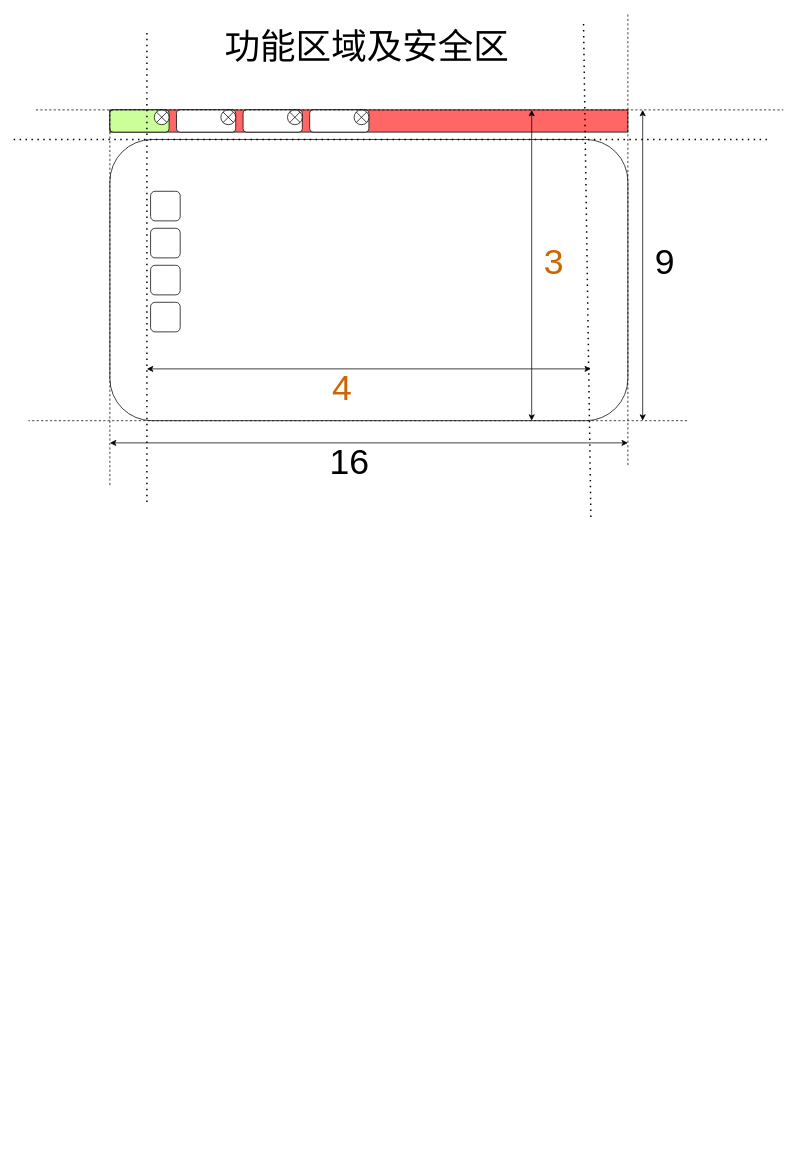
This is PCUI_TXWQ.drawio from atom123/Draw, a draw.io file, before an edit. Source tidied: cells renumbered, new cells numbered last; positions are measured from the earlier drawing's top-left corner, leaving out a move shared by most shapes. Both pictures are drawn from the tidied source at 74%, with x=0, y=0 at pixel (13, 13).
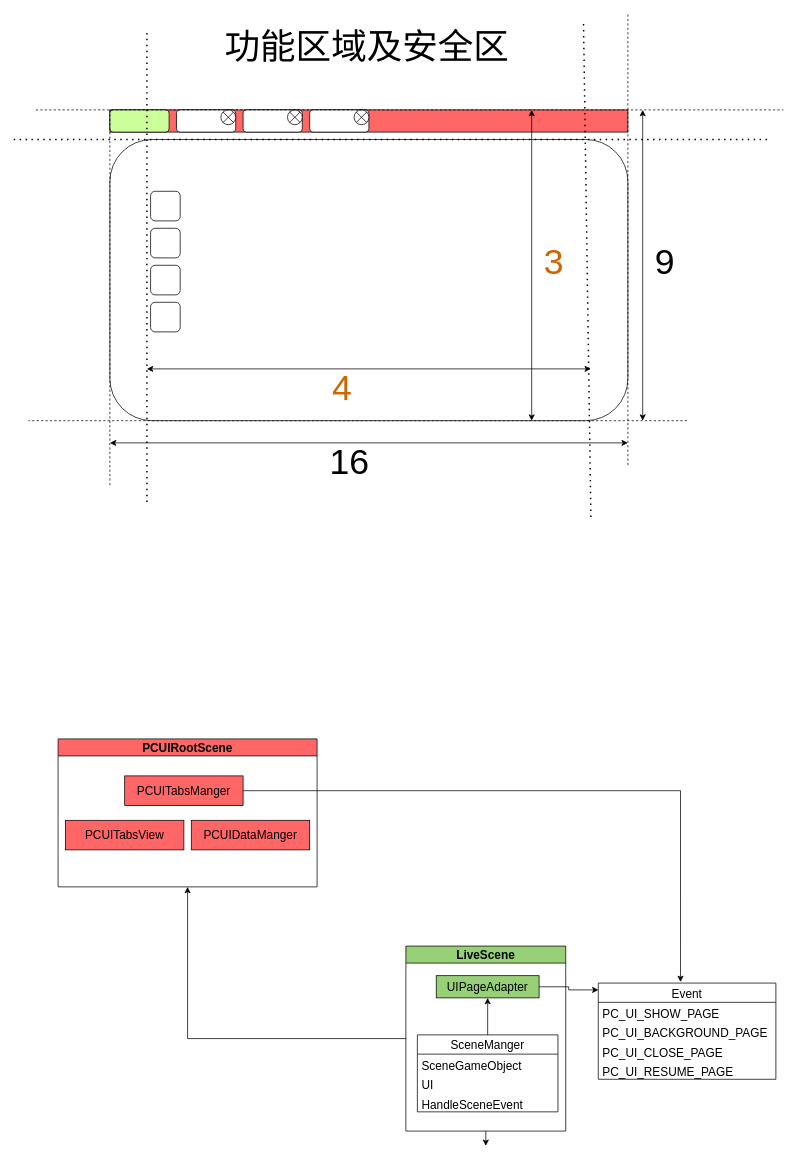
The same diagram, later.

Change to the diagram source:
```diff
@@
-    <mxCell id="15" style="shape=sumEllipse;perimeter=ellipsePerimeter;whiteSpace=wrap;html=1;backgroundOutline=1;fontFamily=Helvetica;fontSize=48;fontColor=default;align=center;strokeColor=default;fillColor=default;" parent="1" vertex="1">
-      <mxGeometry x="190" y="131" width="20" height="20" as="geometry" />
-    </mxCell>
@@
+    <mxCell id="32" value="PCUIRootScene" style="swimlane;fontSize=16;fontColor=#000000;fillColor=#FF6666;" parent="1" vertex="1">
+      <mxGeometry x="60" y="981" width="350" height="200" as="geometry" />
+    </mxCell>
+    <mxCell id="33" value="PCUITabsManger" style="whiteSpace=wrap;html=1;align=center;newEdgeStyle={&quot;edgeStyle&quot;:&quot;elbowEdgeStyle&quot;,&quot;startArrow&quot;:&quot;none&quot;,&quot;endArrow&quot;:&quot;none&quot;};fontSize=16;fontColor=#000000;fillColor=#FF6666;" parent="32" vertex="1">
+      <mxGeometry x="90" y="50" width="160" height="40" as="geometry" />
+    </mxCell>
+    <mxCell id="34" value="PCUITabsView" style="whiteSpace=wrap;html=1;align=center;newEdgeStyle={&quot;edgeStyle&quot;:&quot;elbowEdgeStyle&quot;,&quot;startArrow&quot;:&quot;none&quot;,&quot;endArrow&quot;:&quot;none&quot;};fontSize=16;fontColor=#000000;fillColor=#FF6666;" parent="32" vertex="1">
+      <mxGeometry x="10" y="110" width="160" height="40" as="geometry" />
+    </mxCell>
+    <mxCell id="35" value="PCUIDataManger" style="whiteSpace=wrap;html=1;align=center;newEdgeStyle={&quot;edgeStyle&quot;:&quot;elbowEdgeStyle&quot;,&quot;startArrow&quot;:&quot;none&quot;,&quot;endArrow&quot;:&quot;none&quot;};fontSize=16;fontColor=#000000;fillColor=#FF6666;" parent="32" vertex="1">
+      <mxGeometry x="180" y="110" width="160" height="40" as="geometry" />
+    </mxCell>
+    <mxCell id="36" style="edgeStyle=orthogonalEdgeStyle;rounded=0;jettySize=auto;html=1;fontSize=16;fontColor=#000000;entryX=0.5;entryY=1;entryDx=0;entryDy=0;" parent="1" edge="1" source="38" target="32">
+      <mxGeometry relative="1" as="geometry" />
+    </mxCell>
+    <mxCell id="37" style="edgeStyle=orthogonalEdgeStyle;rounded=0;jettySize=auto;html=1;exitX=0.5;exitY=1;exitDx=0;exitDy=0;fontSize=16;fontColor=#000000;" parent="1" edge="1" source="38">
+      <mxGeometry relative="1" as="geometry">
+        <mxPoint x="638" y="1531" as="targetPoint" />
+      </mxGeometry>
+    </mxCell>
+    <mxCell id="38" value="LiveScene" style="swimlane;fontSize=16;fontColor=#000000;fillColor=#97D077;" parent="1" vertex="1">
+      <mxGeometry x="530" y="1261" width="216" height="250" as="geometry" />
+    </mxCell>
+    <mxCell id="39" style="edgeStyle=orthogonalEdgeStyle;rounded=0;jettySize=auto;html=1;entryX=0.5;entryY=1;entryDx=0;entryDy=0;fontSize=16;fontColor=#000000;" parent="38" edge="1" source="40" target="44">
+      <mxGeometry relative="1" as="geometry" />
+    </mxCell>
+    <mxCell id="40" value="SceneManger" style="swimlane;fontStyle=0;horizontal=1;startSize=26;fillColor=none;fontSize=16;fontColor=#000000;" parent="38" vertex="1">
+      <mxGeometry x="15.5" y="120" width="190" height="104" as="geometry" />
+    </mxCell>
+    <mxCell id="41" value="SceneGameObject" style="text;strokeColor=none;fillColor=none;align=left;verticalAlign=top;spacingLeft=4;spacingRight=4;overflow=hidden;fontSize=16;fontColor=#000000;" parent="40" vertex="1">
+      <mxGeometry y="26" width="190" height="26" as="geometry" />
+    </mxCell>
+    <mxCell id="42" value="UI" style="text;strokeColor=none;fillColor=none;align=left;verticalAlign=top;spacingLeft=4;spacingRight=4;overflow=hidden;fontSize=16;fontColor=#000000;" parent="40" vertex="1">
+      <mxGeometry y="52" width="190" height="26" as="geometry" />
+    </mxCell>
+    <mxCell id="43" value="HandleSceneEvent" style="text;strokeColor=none;fillColor=none;align=left;verticalAlign=top;spacingLeft=4;spacingRight=4;overflow=hidden;fontSize=16;fontColor=#000000;" parent="40" vertex="1">
+      <mxGeometry y="78" width="190" height="26" as="geometry" />
+    </mxCell>
+    <mxCell id="44" value="UIPageAdapter" style="whiteSpace=wrap;html=1;align=center;verticalAlign=middle;newEdgeStyle={&quot;edgeStyle&quot;:&quot;elbowEdgeStyle&quot;,&quot;startArrow&quot;:&quot;none&quot;,&quot;endArrow&quot;:&quot;none&quot;};fontSize=16;fontColor=#000000;fillColor=#97D077;" parent="38" vertex="1">
+      <mxGeometry x="41" y="40" width="139" height="30" as="geometry" />
+    </mxCell>
+    <mxCell id="45" value="Event" style="swimlane;fontStyle=0;horizontal=1;startSize=26;fillColor=none;fontSize=16;fontColor=#000000;" parent="1" vertex="1">
+      <mxGeometry x="790" y="1311" width="240" height="130" as="geometry" />
+    </mxCell>
+    <mxCell id="46" value="PC_UI_SHOW_PAGE" style="text;strokeColor=none;fillColor=none;align=left;verticalAlign=top;spacingLeft=4;spacingRight=4;overflow=hidden;fontSize=16;fontColor=#000000;" parent="45" vertex="1">
+      <mxGeometry y="26" width="240" height="26" as="geometry" />
+    </mxCell>
+    <mxCell id="47" value="PC_UI_BACKGROUND_PAGE" style="text;strokeColor=none;fillColor=none;align=left;verticalAlign=top;spacingLeft=4;spacingRight=4;overflow=hidden;fontSize=16;fontColor=#000000;" parent="45" vertex="1">
+      <mxGeometry y="52" width="240" height="26" as="geometry" />
+    </mxCell>
+    <mxCell id="48" value="PC_UI_CLOSE_PAGE" style="text;strokeColor=none;fillColor=none;align=left;verticalAlign=top;spacingLeft=4;spacingRight=4;overflow=hidden;fontSize=16;fontColor=#000000;" parent="45" vertex="1">
+      <mxGeometry y="78" width="240" height="26" as="geometry" />
+    </mxCell>
+    <mxCell id="49" value="PC_UI_RESUME_PAGE" style="text;strokeColor=none;fillColor=none;align=left;verticalAlign=top;spacingLeft=4;spacingRight=4;overflow=hidden;fontSize=16;fontColor=#000000;" parent="45" vertex="1">
+      <mxGeometry y="104" width="240" height="26" as="geometry" />
+    </mxCell>
+    <mxCell id="50" style="edgeStyle=orthogonalEdgeStyle;rounded=0;jettySize=auto;html=1;entryX=0.001;entryY=0.071;entryDx=0;entryDy=0;entryPerimeter=0;fontSize=16;fontColor=#000000;" parent="1" edge="1" source="44" target="45">
+      <mxGeometry relative="1" as="geometry" />
+    </mxCell>
+    <mxCell id="51" style="edgeStyle=orthogonalEdgeStyle;rounded=0;jettySize=auto;html=1;fontSize=16;fontColor=#000000;entryX=0.463;entryY=-0.011;entryDx=0;entryDy=0;entryPerimeter=0;" parent="1" edge="1" source="33" target="45">
+      <mxGeometry relative="1" as="geometry" />
+    </mxCell>
```
